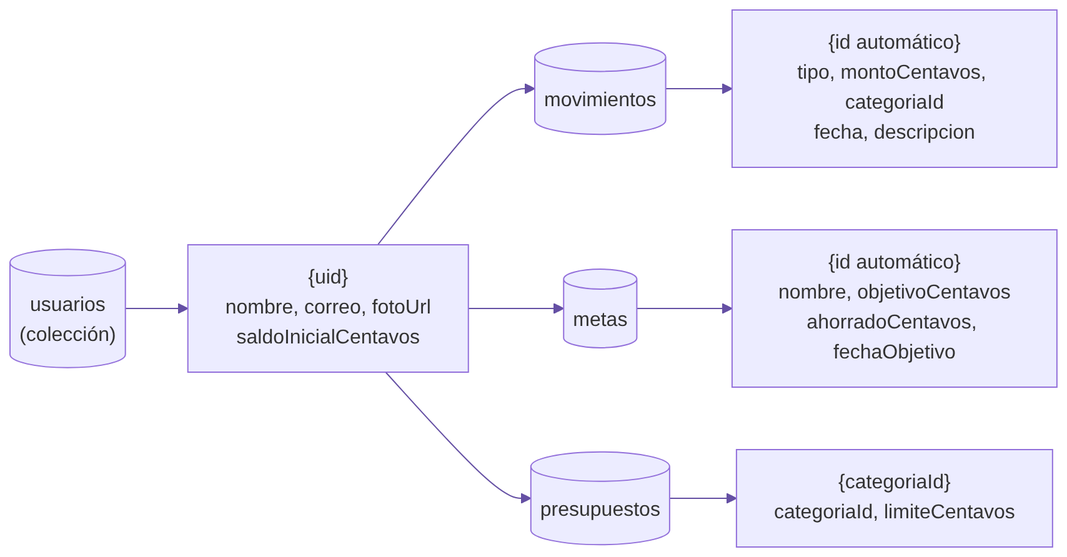
The Mermaid diagram docs/diagramas/04_firestore-arbol.png in kevinvasquezb/MiChanchito, before a commit. Its source is kept beside it as docs/diagramas/04_firestore-arbol.mmd.
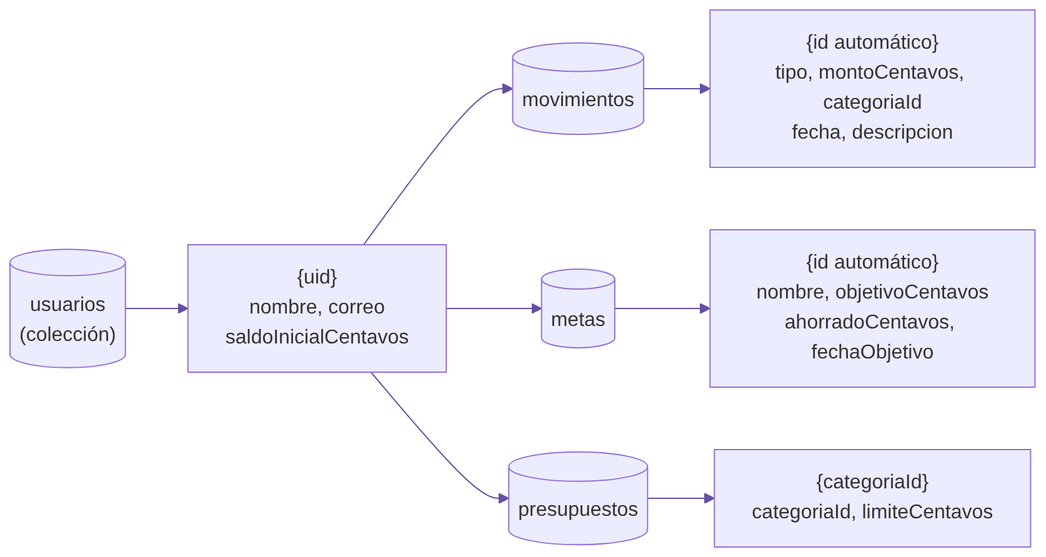
The same diagram one commit later.

The edit, as a diff of the source:
```diff
@@ -1,5 +1,5 @@
 flowchart LR
-    U[("usuarios<br/>(colección)")] --> D["{uid}<br/>nombre, correo, fotoUrl<br/>saldoInicialCentavos"]
+    U[("usuarios<br/>(colección)")] --> D["{uid}<br/>nombre, correo<br/>saldoInicialCentavos"]
     D --> M[("movimientos")] --> M1["{id automático}<br/>tipo, montoCentavos, categoriaId<br/>fecha, descripcion"]
     D --> T[("metas")] --> T1["{id automático}<br/>nombre, objetivoCentavos<br/>ahorradoCentavos, fechaObjetivo"]
     D --> P[("presupuestos")] --> P1["{categoriaId}<br/>categoriaId, limiteCentavos"]
```
